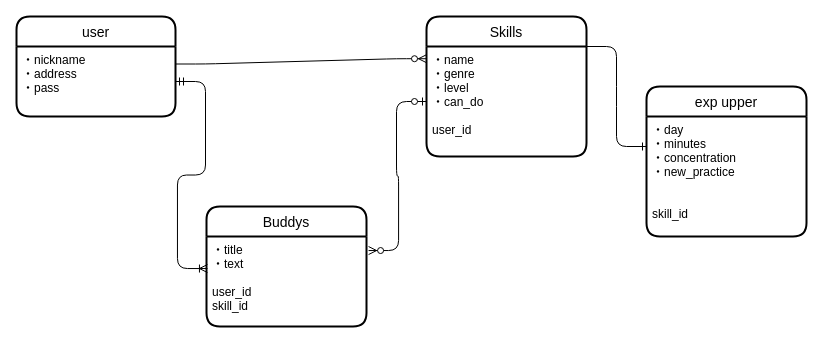
Before: datebase_er.dio in SatoruItou/skillupper, a draw.io diagram. Source tidied: cells renumbered, new cells numbered last; positions are measured from the earlier drawing's top-left corner, leaving out a move shared by most shapes. Both pictures are drawn from the tidied source at 100%, with x=0, y=0 at pixel (16, 16).
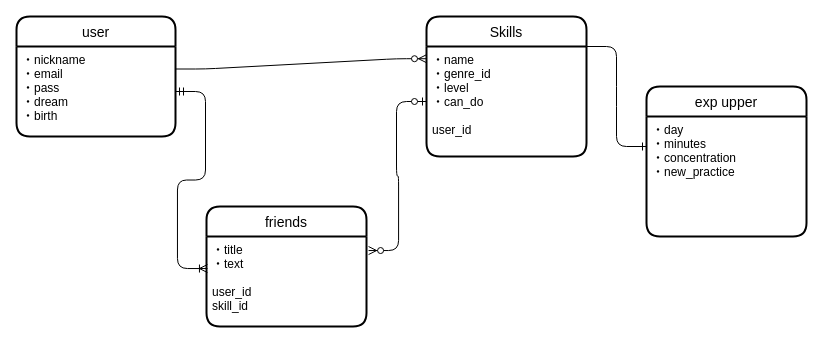
Above is the later version.

What changed in the source:
```diff
@@
 <mxGraphModel>
   <root>
     <mxCell id="0" />
     <mxCell id="1" parent="0" />
     <mxCell id="2" value="user" style="swimlane;horizontal=1;startSize=30;rounded=1;fontSize=14;fontStyle=0;strokeWidth=2;shadow=0;dashed=0;align=center;" parent="1" vertex="1">
-      <mxGeometry width="159" height="100" as="geometry" />
+      <mxGeometry width="159" height="120" as="geometry" />
     </mxCell>
-    <mxCell id="3" value="・nickname&#10;・address&#10;・pass&#10;&#10;&#10;" style="align=left;strokeColor=none;fillColor=none;spacingLeft=4;fontSize=12;verticalAlign=top;" parent="2" vertex="1">
-      <mxGeometry y="30" width="159" height="70" as="geometry" />
+    <mxCell id="3" value="・nickname&#10;・email&#10;・pass&#10;・dream&#10;・birth" style="align=left;strokeColor=none;fillColor=none;spacingLeft=4;fontSize=12;verticalAlign=top;" parent="2" vertex="1">
+      <mxGeometry y="30" width="159" height="90" as="geometry" />
     </mxCell>
     <mxCell id="4" value="Skills" style="swimlane;horizontal=1;startSize=30;rounded=1;fontSize=14;fontStyle=0;strokeWidth=2;shadow=0;dashed=0;align=center;" parent="1" vertex="1">
       <mxGeometry x="410" width="160" height="140" as="geometry" />
     </mxCell>
-    <mxCell id="5" value="・name&#10;・genre&#10;・level&#10;・can_do&#10;&#10;user_id" style="align=left;strokeColor=none;fillColor=none;spacingLeft=4;fontSize=12;verticalAlign=top;" parent="4" vertex="1">
+    <mxCell id="5" value="・name&#10;・genre_id&#10;・level&#10;・can_do&#10;&#10;user_id" style="align=left;strokeColor=none;fillColor=none;spacingLeft=4;fontSize=12;verticalAlign=top;" parent="4" vertex="1">
       <mxGeometry y="30" width="160" height="110" as="geometry" />
     </mxCell>
     <mxCell id="6" style="edgeStyle=entityRelationEdgeStyle;fontSize=12;html=1;endArrow=ERzeroToMany;endFill=1;exitX=1;exitY=0.25;exitDx=0;exitDy=0;entryX=0;entryY=0.111;entryDx=0;entryDy=0;entryPerimeter=0;" parent="1" edge="1" source="3" target="5">
       <mxGeometry relative="1" as="geometry" />
     </mxCell>
     <mxCell id="7" value="exp upper" style="swimlane;horizontal=1;startSize=30;rounded=1;fontSize=14;fontStyle=0;strokeWidth=2;shadow=0;dashed=0;align=center;" parent="1" vertex="1">
       <mxGeometry x="630" y="70" width="160" height="150" as="geometry" />
     </mxCell>
-    <mxCell id="8" value="・day&#10;・minutes&#10;・concentration&#10;・new_practice&#10;&#10;&#10;skill_id" style="align=left;strokeColor=none;fillColor=none;spacingLeft=4;fontSize=12;verticalAlign=top;" parent="7" vertex="1">
+    <mxCell id="8" value="・day&#10;・minutes&#10;・concentration&#10;・new_practice&#10;&#10;&#10;" style="align=left;strokeColor=none;fillColor=none;spacingLeft=4;fontSize=12;verticalAlign=top;" parent="7" vertex="1">
       <mxGeometry y="30" width="160" height="120" as="geometry" />
     </mxCell>
     <mxCell id="9" style="edgeStyle=entityRelationEdgeStyle;fontSize=12;html=1;endArrow=ERone;endFill=1;entryX=0;entryY=0.25;entryDx=0;entryDy=0;exitX=1;exitY=0;exitDx=0;exitDy=0;" parent="1" edge="1" source="5" target="8">
       <mxGeometry relative="1" as="geometry" />
     </mxCell>
-    <mxCell id="10" value="Buddys" style="swimlane;horizontal=1;startSize=30;rounded=1;fontSize=14;fontStyle=0;strokeWidth=2;shadow=0;dashed=0;align=center;" parent="1" vertex="1">
+    <mxCell id="10" value="friends" style="swimlane;horizontal=1;startSize=30;rounded=1;fontSize=14;fontStyle=0;strokeWidth=2;shadow=0;dashed=0;align=center;" parent="1" vertex="1">
       <mxGeometry x="190" y="190" width="160" height="120" as="geometry" />
     </mxCell>
     <mxCell id="11" value="・title&#10;・text&#10;&#10;user_id&#10;skill_id" style="align=left;strokeColor=none;fillColor=none;spacingLeft=4;fontSize=12;verticalAlign=top;" parent="10" vertex="1">
       <mxGeometry y="30" width="160" height="90" as="geometry" />
     </mxCell>
     <mxCell id="12" style="edgeStyle=entityRelationEdgeStyle;fontSize=12;html=1;endArrow=ERzeroToMany;startArrow=ERzeroToOne;entryX=1.013;entryY=0.156;entryDx=0;entryDy=0;entryPerimeter=0;" parent="1" edge="1" source="5" target="11">
       <mxGeometry relative="1" as="geometry" />
     </mxCell>
     <mxCell id="13" style="edgeStyle=entityRelationEdgeStyle;fontSize=12;html=1;endArrow=ERoneToMany;startArrow=ERmandOne;exitX=1;exitY=0.5;exitDx=0;exitDy=0;entryX=0.006;entryY=0.356;entryDx=0;entryDy=0;entryPerimeter=0;" parent="1" edge="1" source="3" target="11">
       <mxGeometry relative="1" as="geometry" />
     </mxCell>
   </root>
 </mxGraphModel>
```
